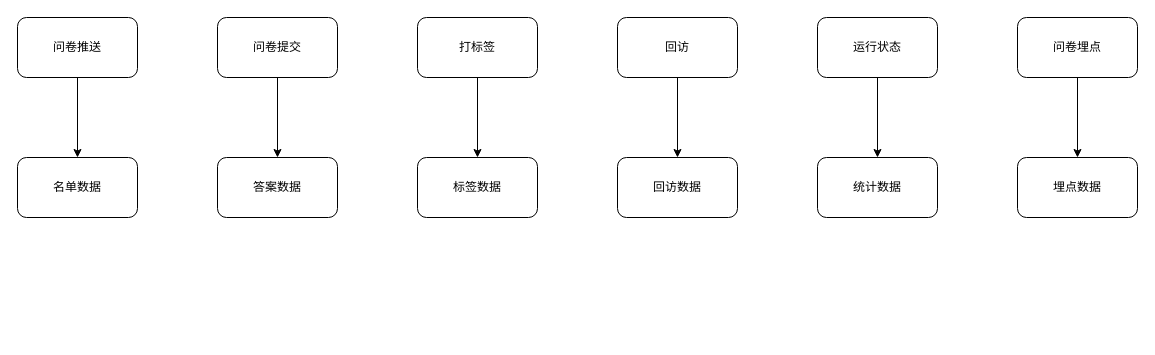
The draw.io diagram 数据治理.drawio in lshunran/drawIO, before the edit. Source tidied: cells renumbered, new cells numbered last; positions are measured from the earlier drawing's top-left corner, leaving out a move shared by most shapes. Both pictures are drawn from the tidied source at 100%, with x=0, y=0 at pixel (17, 17).
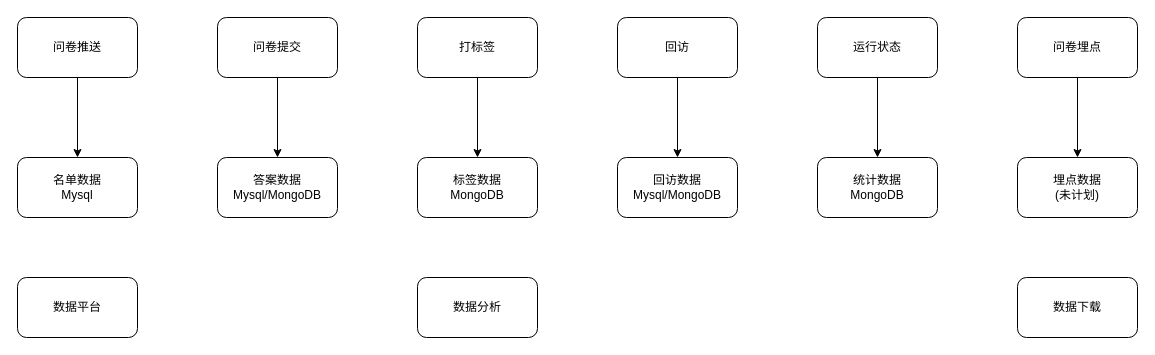
The same diagram, later.

Diff of the diagram source:
```diff
@@
-    <mxCell id="4" value="名单数据" style="rounded=1;whiteSpace=wrap;html=1;" parent="1" vertex="1">
+    <mxCell id="4" value="名单数据&lt;br&gt;Mysql&lt;br&gt;" style="rounded=1;whiteSpace=wrap;html=1;" parent="1" vertex="1">
       <mxGeometry y="140" width="120" height="60" as="geometry" />
     </mxCell>
@@
-    <mxCell id="7" value="答案数据" style="rounded=1;whiteSpace=wrap;html=1;" parent="1" vertex="1">
+    <mxCell id="7" value="答案数据&lt;br&gt;Mysql/MongoDB&lt;br&gt;" style="rounded=1;whiteSpace=wrap;html=1;" parent="1" vertex="1">
       <mxGeometry x="200" y="140" width="120" height="60" as="geometry" />
     </mxCell>
@@
-    <mxCell id="10" value="标签数据" style="rounded=1;whiteSpace=wrap;html=1;" parent="1" vertex="1">
+    <mxCell id="10" value="标签数据&lt;br&gt;MongoDB&lt;br&gt;" style="rounded=1;whiteSpace=wrap;html=1;" parent="1" vertex="1">
       <mxGeometry x="400" y="140" width="120" height="60" as="geometry" />
     </mxCell>
@@
-    <mxCell id="17" value="埋点数据" style="rounded=1;whiteSpace=wrap;html=1;" parent="1" vertex="1">
+    <mxCell id="17" value="埋点数据&lt;br&gt;(未计划)&lt;br&gt;" style="rounded=1;whiteSpace=wrap;html=1;" parent="1" vertex="1">
       <mxGeometry x="1000" y="140" width="120" height="60" as="geometry" />
     </mxCell>
-    <mxCell id="18" value="统计数据" style="rounded=1;whiteSpace=wrap;html=1;" parent="1" vertex="1">
+    <mxCell id="18" value="统计数据&lt;br&gt;MongoDB&lt;br&gt;" style="rounded=1;whiteSpace=wrap;html=1;" parent="1" vertex="1">
       <mxGeometry x="800" y="140" width="120" height="60" as="geometry" />
     </mxCell>
-    <mxCell id="19" value="回访数据" style="rounded=1;whiteSpace=wrap;html=1;" parent="1" vertex="1">
+    <mxCell id="19" value="回访数据&lt;br&gt;Mysql/MongoDB&lt;br&gt;" style="rounded=1;whiteSpace=wrap;html=1;" parent="1" vertex="1">
       <mxGeometry x="600" y="140" width="120" height="60" as="geometry" />
     </mxCell>
+    <mxCell id="20" value="数据平台" style="rounded=1;whiteSpace=wrap;html=1;" parent="1" vertex="1">
+      <mxGeometry y="260" width="120" height="60" as="geometry" />
+    </mxCell>
+    <mxCell id="21" value="数据分析" style="rounded=1;whiteSpace=wrap;html=1;" parent="1" vertex="1">
+      <mxGeometry x="400" y="260" width="120" height="60" as="geometry" />
+    </mxCell>
+    <mxCell id="22" value="数据下载" style="rounded=1;whiteSpace=wrap;html=1;" parent="1" vertex="1">
+      <mxGeometry x="1000" y="260" width="120" height="60" as="geometry" />
+    </mxCell>
```
